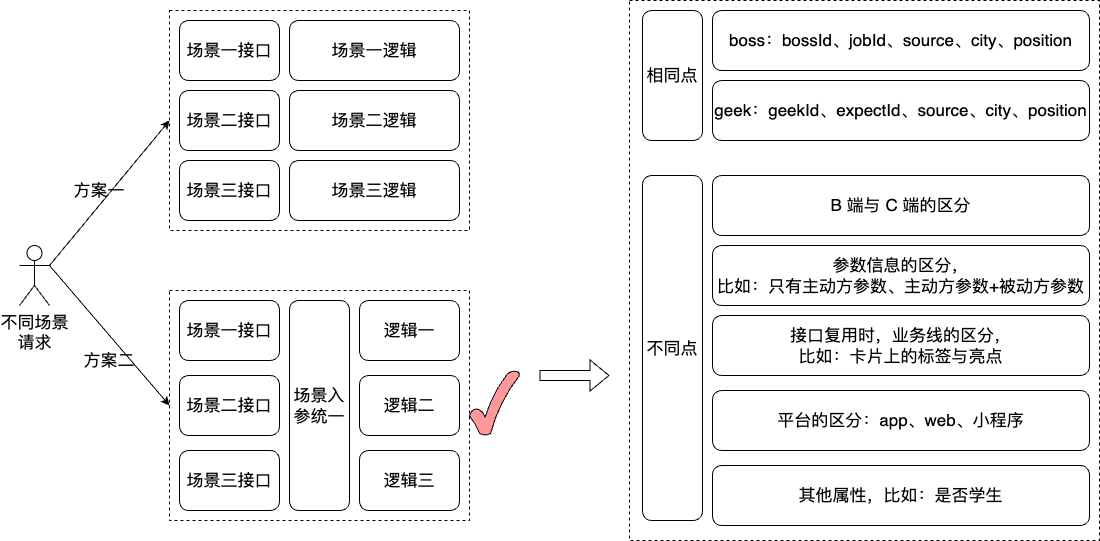
liujunao/draw-data keeps this draw.io diagram as work-draw-file/场景接入的方案.png. Above is the earlier version. Source tidied: cells renumbered, new cells last; positions are measured from the earlier drawing's top-left corner, leaving out a move shared by most shapes.
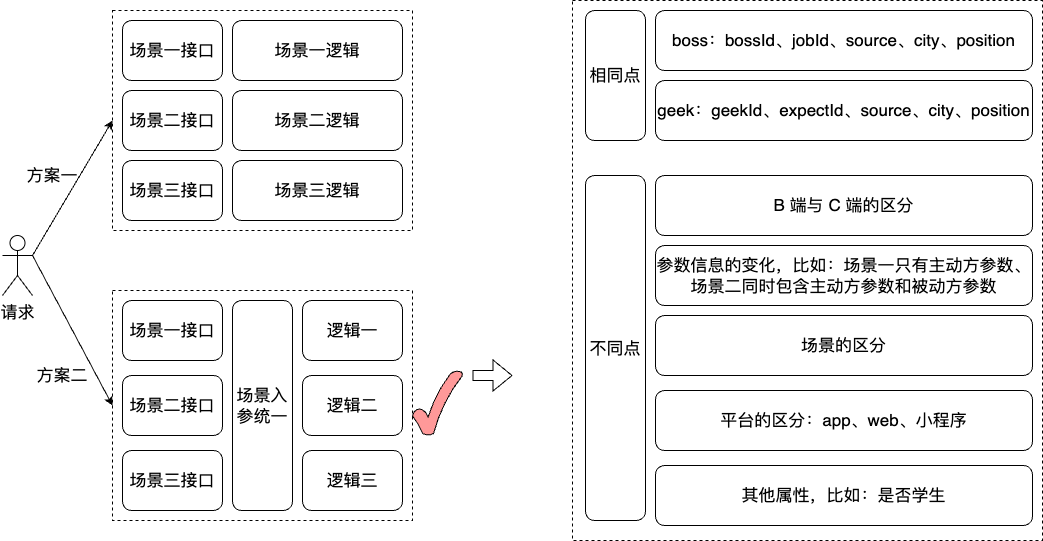
After the change.

Commit message:
更新场景接入的方案.png

What changed in the source:
```diff
@@ -38,14 +38,14 @@
     <mxCell id="13" style="rounded=0;jettySize=auto;html=1;exitX=1;exitY=0.3333333333333333;exitDx=0;exitDy=0;exitPerimeter=0;entryX=0;entryY=0.5;entryDx=0;entryDy=0;" parent="1" edge="1" source="14" target="3">
       <mxGeometry relative="1" as="geometry" />
     </mxCell>
-    <mxCell id="14" value="&lt;font size=&quot;3&quot;&gt;不同场景&lt;br&gt;请求&lt;br&gt;&lt;/font&gt;" style="shape=umlActor;verticalLabelPosition=bottom;verticalAlign=top;html=1;outlineConnect=0;" parent="1" vertex="1">
-      <mxGeometry y="245" width="30" height="60" as="geometry" />
+    <mxCell id="14" value="&lt;font size=&quot;3&quot;&gt;请求&lt;br&gt;&lt;/font&gt;" style="shape=umlActor;verticalLabelPosition=bottom;verticalAlign=top;html=1;outlineConnect=0;" parent="1" vertex="1">
+      <mxGeometry x="40" y="235" width="30" height="60" as="geometry" />
     </mxCell>
     <mxCell id="15" value="&lt;font size=&quot;3&quot;&gt;方案一&lt;/font&gt;" style="text;html=1;strokeColor=none;fillColor=none;align=center;verticalAlign=middle;whiteSpace=wrap;rounded=0;" parent="1" vertex="1">
-      <mxGeometry x="50" y="175" width="60" height="30" as="geometry" />
+      <mxGeometry x="60" y="160" width="60" height="30" as="geometry" />
     </mxCell>
     <mxCell id="16" value="&lt;font size=&quot;3&quot;&gt;方案二&lt;/font&gt;" style="text;html=1;strokeColor=none;fillColor=none;align=center;verticalAlign=middle;whiteSpace=wrap;rounded=0;" parent="1" vertex="1">
-      <mxGeometry x="60" y="345" width="60" height="30" as="geometry" />
+      <mxGeometry x="70" y="360" width="60" height="30" as="geometry" />
     </mxCell>
     <mxCell id="17" style="verticalLabelPosition=bottom;verticalAlign=top;html=1;shape=mxgraph.basic.tick;fillColor=#FF9999;" parent="1" vertex="1">
       <mxGeometry x="450" y="370" width="50" height="65" as="geometry" />
@@ -68,19 +68,19 @@
     <mxCell id="23" value="&lt;font size=&quot;3&quot;&gt;平台的区分：app、web、小程序&lt;/font&gt;" style="rounded=1;whiteSpace=wrap;html=1;" parent="1" vertex="1">
       <mxGeometry x="693" y="390" width="377" height="60" as="geometry" />
     </mxCell>
-    <mxCell id="24" value="&lt;font size=&quot;3&quot;&gt;参数信息的区分，&lt;br&gt;比如：只有主动方参数、主动方参数+被动方参数&lt;/font&gt;" style="rounded=1;whiteSpace=wrap;html=1;" parent="1" vertex="1">
+    <mxCell id="24" value="&lt;font size=&quot;3&quot;&gt;参数信息的变化，比如：场景一只有主动方参数、场景二同时包含主动方参数和被动方参数&lt;/font&gt;" style="rounded=1;whiteSpace=wrap;html=1;" parent="1" vertex="1">
       <mxGeometry x="693" y="245" width="377" height="60" as="geometry" />
     </mxCell>
     <mxCell id="25" value="&lt;font size=&quot;3&quot;&gt;其他属性，比如：是否学生&lt;/font&gt;" style="rounded=1;whiteSpace=wrap;html=1;" parent="1" vertex="1">
       <mxGeometry x="693" y="465" width="377" height="60" as="geometry" />
     </mxCell>
-    <mxCell id="26" value="&lt;font size=&quot;3&quot;&gt;接口复用时，业务线的区分，&lt;br&gt;比如：卡片上的标签与亮点&lt;/font&gt;" style="rounded=1;whiteSpace=wrap;html=1;" parent="1" vertex="1">
+    <mxCell id="26" value="&lt;font size=&quot;3&quot;&gt;场景的区分&lt;/font&gt;" style="rounded=1;whiteSpace=wrap;html=1;" parent="1" vertex="1">
       <mxGeometry x="693" y="315" width="377" height="60" as="geometry" />
     </mxCell>
     <mxCell id="27" style="shape=flexArrow;endArrow=classic;html=1;rounded=0;" parent="1" edge="1">
       <mxGeometry relative="1" as="geometry">
-        <mxPoint x="520" y="375" as="sourcePoint" />
-        <mxPoint x="590" y="375" as="targetPoint" />
+        <mxPoint x="510" y="375" as="sourcePoint" />
+        <mxPoint x="550" y="375" as="targetPoint" />
       </mxGeometry>
     </mxCell>
     <mxCell id="28" value="&lt;font size=&quot;3&quot;&gt;场景一接口&lt;/font&gt;" style="rounded=1;whiteSpace=wrap;html=1;" parent="1" vertex="1">
```
